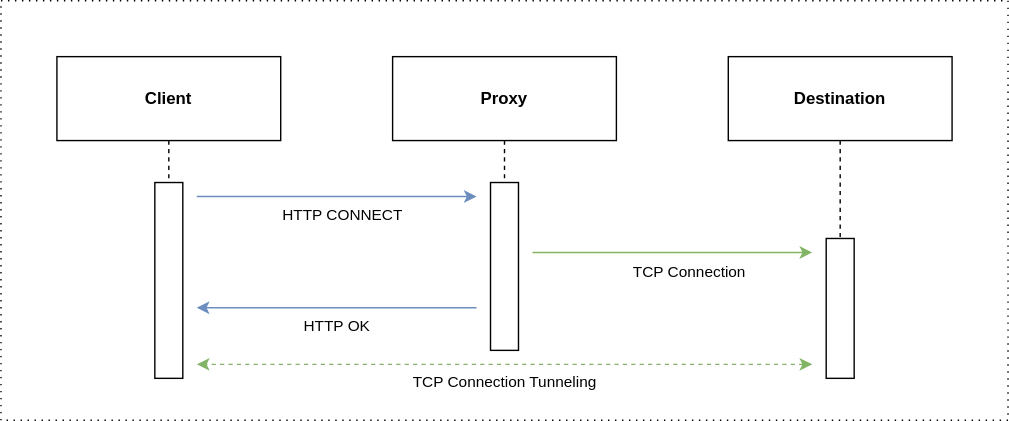
Earlier version of the draw.io export static/images/http-connect2.drawio.svg (Cori1109/Cori1109.github.io). Source tidied: cells renumbered, new cells last; positions are measured from the earlier drawing's top-left corner, leaving out a move shared by most shapes.
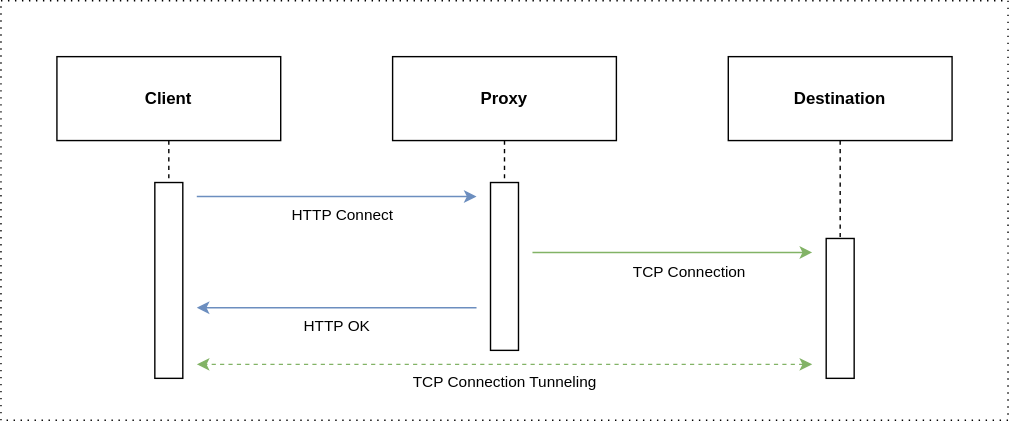
After the commit.

Commit message:
deploy: Sun 14 Feb 2021 21:15:26 AEDT

Change to the diagram source:
```diff
@@ -14,7 +14,7 @@
         <mxPoint x="340" y="140" as="targetPoint" />
       </mxGeometry>
     </mxCell>
-    <mxCell id="5" value="HTTP CONNECT" style="edgeLabel;html=1;align=center;verticalAlign=top;" parent="4" vertex="1">
+    <mxCell id="5" value="HTTP Connect" style="edgeLabel;html=1;align=center;verticalAlign=top;" parent="4" vertex="1">
       <mxGeometry x="0.03" relative="1" as="geometry" />
     </mxCell>
     <mxCell id="6" style="shape=rect;html=1;fillColor=#FFFFFF;" parent="1" vertex="1">
```
